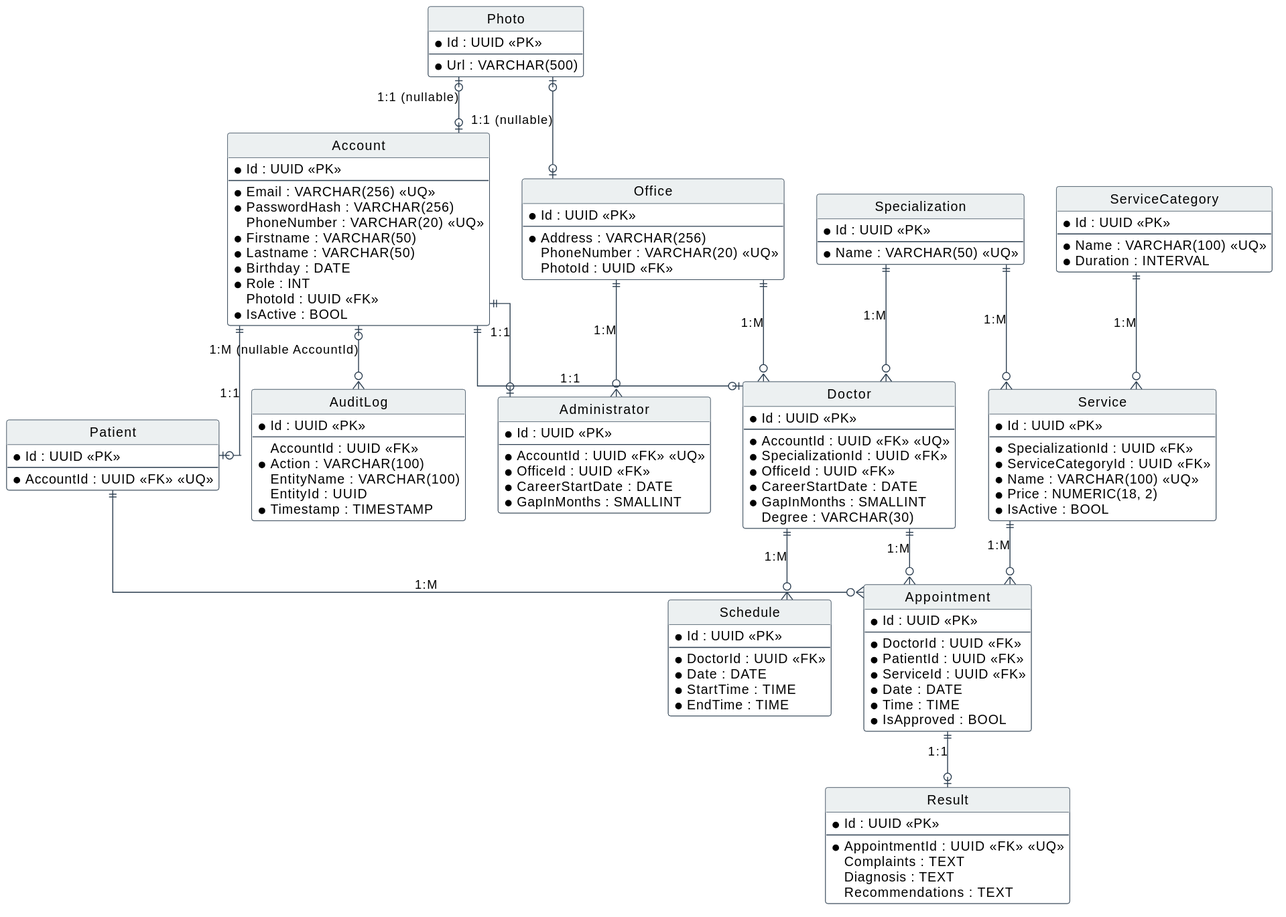
Earlier version of the PlantUML export LR2/diagram.svg (lapivan/DM-DBMS-BSUIR). Its diagram source:
```plantuml
@startuml
hide circle
skinparam linetype ortho
skinparam roundcorner 5
skinparam class {
    BackgroundColor White
    ArrowColor #2C3E50
    BorderColor #2C3E50
    HeaderBackgroundColor #ECF0F1
}

entity "Account" as Account {
  * Id : UUID <<PK>>
  --
  * Email : VARCHAR(256) <<UQ>>
  * PasswordHash : VARCHAR(256)
  PhoneNumber : VARCHAR(20) <<UQ>>
  * Firstname : VARCHAR(50)
  * Lastname : VARCHAR(50)
  * Birthday : DATE
  * Role : INT
  PhotoId : UUID <<FK>>
  * IsActive : BOOL
}

entity "Patient" as Patient {
  * Id : UUID <<PK>>
  --
  * AccountId : UUID <<FK>> <<UQ>>
}

entity "Doctor" as Doctor {
  * Id : UUID <<PK>>
  --
  * AccountId : UUID <<FK>> <<UQ>>
  * SpecializationId : UUID <<FK>>
  * OfficeId : UUID <<FK>>
  * CareerStartDate : DATE
  * GapInMonths : SMALLINT
  Degree : VARCHAR(30)
}

entity "Administrator" as Administrator {
  * Id : UUID <<PK>>
  --
  * AccountId : UUID <<FK>> <<UQ>>
  * OfficeId : UUID <<FK>>
  * CareerStartDate : DATE
  * GapInMonths : SMALLINT
}

entity "Office" as Office {
  * Id : UUID <<PK>>
  --
  * Address : VARCHAR(256)
  PhoneNumber : VARCHAR(20) <<UQ>>
  PhotoId : UUID <<FK>>
}

entity "Photo" as Photo {
  * Id : UUID <<PK>>
  --
  * Url : VARCHAR(500)
}

entity "Specialization" as Specialization {
  * Id : UUID <<PK>>
  --
  * Name : VARCHAR(50) <<UQ>>
}

entity "ServiceCategory" as ServiceCategory {
  * Id : UUID <<PK>>
  --
  * Name : VARCHAR(100) <<UQ>>
  * Duration : INTERVAL
}

entity "Service" as Service {
  * Id : UUID <<PK>>
  --
  * SpecializationId : UUID <<FK>>
  * ServiceCategoryId : UUID <<FK>>
  * Name : VARCHAR(100) <<UQ>>
  * Price : NUMERIC(18, 2)
  * IsActive : BOOL
}

entity "Schedule" as Schedule {
  * Id : UUID <<PK>>
  --
  * DoctorId : UUID <<FK>>
  * Date : DATE
  * StartTime : TIME
  * EndTime : TIME
}

entity "Appointment" as Appointment {
  * Id : UUID <<PK>>
  --
  * DoctorId : UUID <<FK>>
  * PatientId : UUID <<FK>>
  * ServiceId : UUID <<FK>>
  * Date : DATE
  * Time : TIME
  * IsApproved : BOOL
}

entity "Result" as Result {
  * Id : UUID <<PK>>
  --
  * AppointmentId : UUID <<FK>> <<UQ>>
  Complaints : TEXT
  Diagnosis : TEXT
  Recommendations : TEXT
}

entity "AuditLog" as AuditLog {
  * Id : UUID <<PK>>
  --
  AccountId : UUID <<FK>>
  * Action : VARCHAR(100)
  EntityName : VARCHAR(100)
  EntityId : UUID
  * Timestamp : TIMESTAMP
}

Account ||--o| Patient : "1:1"
Account ||--o| Doctor : "1:1"
Account ||--o| Administrator : "1:1"

Photo |o--o| Account : "1:1 (nullable)"
Photo |o--o| Office : "1:1 (nullable)"

Office ||--o{ Doctor : "1:M"
Office ||--o{ Administrator : "1:M"

Specialization ||--o{ Doctor : "1:M"
Specialization ||--o{ Service : "1:M"
ServiceCategory ||--o{ Service : "1:M"

Doctor ||--o{ Schedule : "1:M"

Doctor ||--o{ Appointment : "1:M"
Patient ||--o{ Appointment : "1:M"
Service ||--o{ Appointment : "1:M"

Appointment ||--o| Result : "1:1"

Account |o--o{ AuditLog : "1:M (nullable AccountId)"
@enduml
```
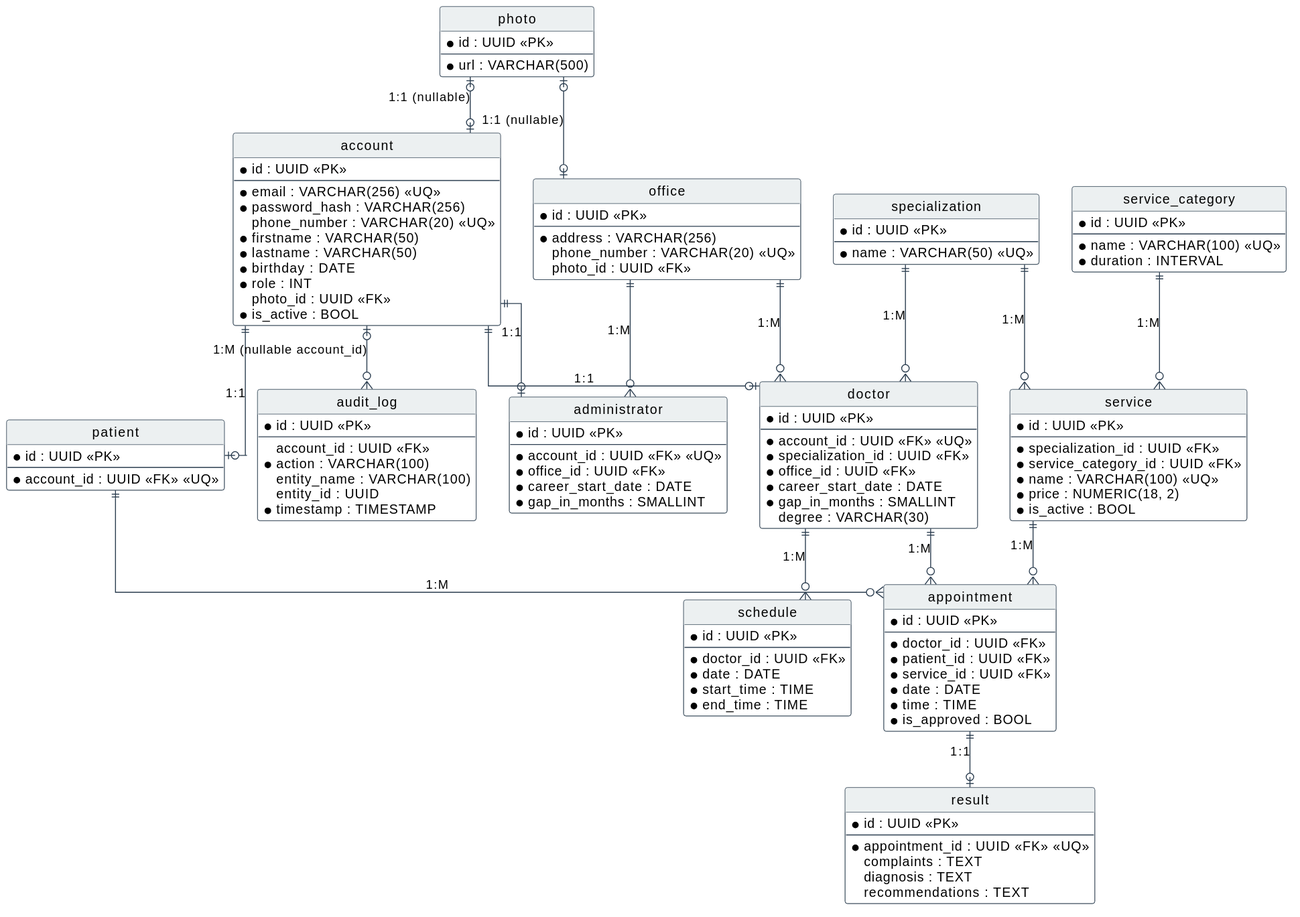
Later version of the same file.

What changed in the source:
```diff
@@ -9,143 +9,143 @@
     HeaderBackgroundColor #ECF0F1
 }
 
-entity "Account" as Account {
-  * Id : UUID <<PK>>
+entity "account" as account {
+  * id : UUID <<PK>>
   --
-  * Email : VARCHAR(256) <<UQ>>
-  * PasswordHash : VARCHAR(256)
-  PhoneNumber : VARCHAR(20) <<UQ>>
-  * Firstname : VARCHAR(50)
-  * Lastname : VARCHAR(50)
-  * Birthday : DATE
-  * Role : INT
-  PhotoId : UUID <<FK>>
-  * IsActive : BOOL
+  * email : VARCHAR(256) <<UQ>>
+  * password_hash : VARCHAR(256)
+  phone_number : VARCHAR(20) <<UQ>>
+  * firstname : VARCHAR(50)
+  * lastname : VARCHAR(50)
+  * birthday : DATE
+  * role : INT
+  photo_id : UUID <<FK>>
+  * is_active : BOOL
 }
 
-entity "Patient" as Patient {
-  * Id : UUID <<PK>>
+entity "patient" as patient {
+  * id : UUID <<PK>>
   --
-  * AccountId : UUID <<FK>> <<UQ>>
+  * account_id : UUID <<FK>> <<UQ>>
 }
 
-entity "Doctor" as Doctor {
-  * Id : UUID <<PK>>
+entity "doctor" as doctor {
+  * id : UUID <<PK>>
   --
-  * AccountId : UUID <<FK>> <<UQ>>
-  * SpecializationId : UUID <<FK>>
-  * OfficeId : UUID <<FK>>
-  * CareerStartDate : DATE
-  * GapInMonths : SMALLINT
-  Degree : VARCHAR(30)
+  * account_id : UUID <<FK>> <<UQ>>
+  * specialization_id : UUID <<FK>>
+  * office_id : UUID <<FK>>
+  * career_start_date : DATE
+  * gap_in_months : SMALLINT
+  degree : VARCHAR(30)
 }
 
-entity "Administrator" as Administrator {
-  * Id : UUID <<PK>>
+entity "administrator" as administrator {
+  * id : UUID <<PK>>
   --
-  * AccountId : UUID <<FK>> <<UQ>>
-  * OfficeId : UUID <<FK>>
-  * CareerStartDate : DATE
-  * GapInMonths : SMALLINT
+  * account_id : UUID <<FK>> <<UQ>>
+  * office_id : UUID <<FK>>
+  * career_start_date : DATE
+  * gap_in_months : SMALLINT
 }
 
-entity "Office" as Office {
-  * Id : UUID <<PK>>
+entity "office" as office {
+  * id : UUID <<PK>>
   --
-  * Address : VARCHAR(256)
-  PhoneNumber : VARCHAR(20) <<UQ>>
-  PhotoId : UUID <<FK>>
+  * address : VARCHAR(256)
+  phone_number : VARCHAR(20) <<UQ>>
+  photo_id : UUID <<FK>>
 }
 
-entity "Photo" as Photo {
-  * Id : UUID <<PK>>
+entity "photo" as photo {
+  * id : UUID <<PK>>
   --
-  * Url : VARCHAR(500)
+  * url : VARCHAR(500)
 }
 
-entity "Specialization" as Specialization {
-  * Id : UUID <<PK>>
+entity "specialization" as specialization {
+  * id : UUID <<PK>>
   --
-  * Name : VARCHAR(50) <<UQ>>
+  * name : VARCHAR(50) <<UQ>>
 }
 
-entity "ServiceCategory" as ServiceCategory {
-  * Id : UUID <<PK>>
+entity "service_category" as service_category {
+  * id : UUID <<PK>>
   --
-  * Name : VARCHAR(100) <<UQ>>
-  * Duration : INTERVAL
+  * name : VARCHAR(100) <<UQ>>
+  * duration : INTERVAL
 }
 
-entity "Service" as Service {
-  * Id : UUID <<PK>>
+entity "service" as service {
+  * id : UUID <<PK>>
   --
-  * SpecializationId : UUID <<FK>>
-  * ServiceCategoryId : UUID <<FK>>
-  * Name : VARCHAR(100) <<UQ>>
-  * Price : NUMERIC(18, 2)
-  * IsActive : BOOL
+  * specialization_id : UUID <<FK>>
+  * service_category_id : UUID <<FK>>
+  * name : VARCHAR(100) <<UQ>>
+  * price : NUMERIC(18, 2)
+  * is_active : BOOL
 }
 
-entity "Schedule" as Schedule {
-  * Id : UUID <<PK>>
+entity "schedule" as schedule {
+  * id : UUID <<PK>>
   --
-  * DoctorId : UUID <<FK>>
-  * Date : DATE
-  * StartTime : TIME
-  * EndTime : TIME
+  * doctor_id : UUID <<FK>>
+  * date : DATE
+  * start_time : TIME
+  * end_time : TIME
 }
 
-entity "Appointment" as Appointment {
-  * Id : UUID <<PK>>
+entity "appointment" as appointment {
+  * id : UUID <<PK>>
   --
-  * DoctorId : UUID <<FK>>
-  * PatientId : UUID <<FK>>
-  * ServiceId : UUID <<FK>>
-  * Date : DATE
-  * Time : TIME
-  * IsApproved : BOOL
+  * doctor_id : UUID <<FK>>
+  * patient_id : UUID <<FK>>
+  * service_id : UUID <<FK>>
+  * date : DATE
+  * time : TIME
+  * is_approved : BOOL
 }
 
-entity "Result" as Result {
-  * Id : UUID <<PK>>
+entity "result" as result {
+  * id : UUID <<PK>>
   --
-  * AppointmentId : UUID <<FK>> <<UQ>>
-  Complaints : TEXT
-  Diagnosis : TEXT
-  Recommendations : TEXT
+  * appointment_id : UUID <<FK>> <<UQ>>
+  complaints : TEXT
+  diagnosis : TEXT
+  recommendations : TEXT
 }
 
-entity "AuditLog" as AuditLog {
-  * Id : UUID <<PK>>
+entity "audit_log" as audit_log {
+  * id : UUID <<PK>>
   --
-  AccountId : UUID <<FK>>
-  * Action : VARCHAR(100)
-  EntityName : VARCHAR(100)
-  EntityId : UUID
-  * Timestamp : TIMESTAMP
+  account_id : UUID <<FK>>
+  * action : VARCHAR(100)
+  entity_name : VARCHAR(100)
+  entity_id : UUID
+  * timestamp : TIMESTAMP
 }
 
-Account ||--o| Patient : "1:1"
-Account ||--o| Doctor : "1:1"
-Account ||--o| Administrator : "1:1"
+account ||--o| patient : "1:1"
+account ||--o| doctor : "1:1"
+account ||--o| administrator : "1:1"
 
-Photo |o--o| Account : "1:1 (nullable)"
-Photo |o--o| Office : "1:1 (nullable)"
+photo |o--o| account : "1:1 (nullable)"
+photo |o--o| office : "1:1 (nullable)"
 
-Office ||--o{ Doctor : "1:M"
-Office ||--o{ Administrator : "1:M"
+office ||--o{ doctor : "1:M"
+office ||--o{ administrator : "1:M"
 
-Specialization ||--o{ Doctor : "1:M"
-Specialization ||--o{ Service : "1:M"
-ServiceCategory ||--o{ Service : "1:M"
+specialization ||--o{ doctor : "1:M"
+specialization ||--o{ service : "1:M"
+service_category ||--o{ service : "1:M"
 
-Doctor ||--o{ Schedule : "1:M"
+doctor ||--o{ schedule : "1:M"
 
-Doctor ||--o{ Appointment : "1:M"
-Patient ||--o{ Appointment : "1:M"
-Service ||--o{ Appointment : "1:M"
+doctor ||--o{ appointment : "1:M"
+patient ||--o{ appointment : "1:M"
+service ||--o{ appointment : "1:M"
 
-Appointment ||--o| Result : "1:1"
+appointment ||--o| result : "1:1"
 
-Account |o--o{ AuditLog : "1:M (nullable AccountId)"
+account |o--o{ audit_log : "1:M (nullable account_id)"
 @enduml
```
